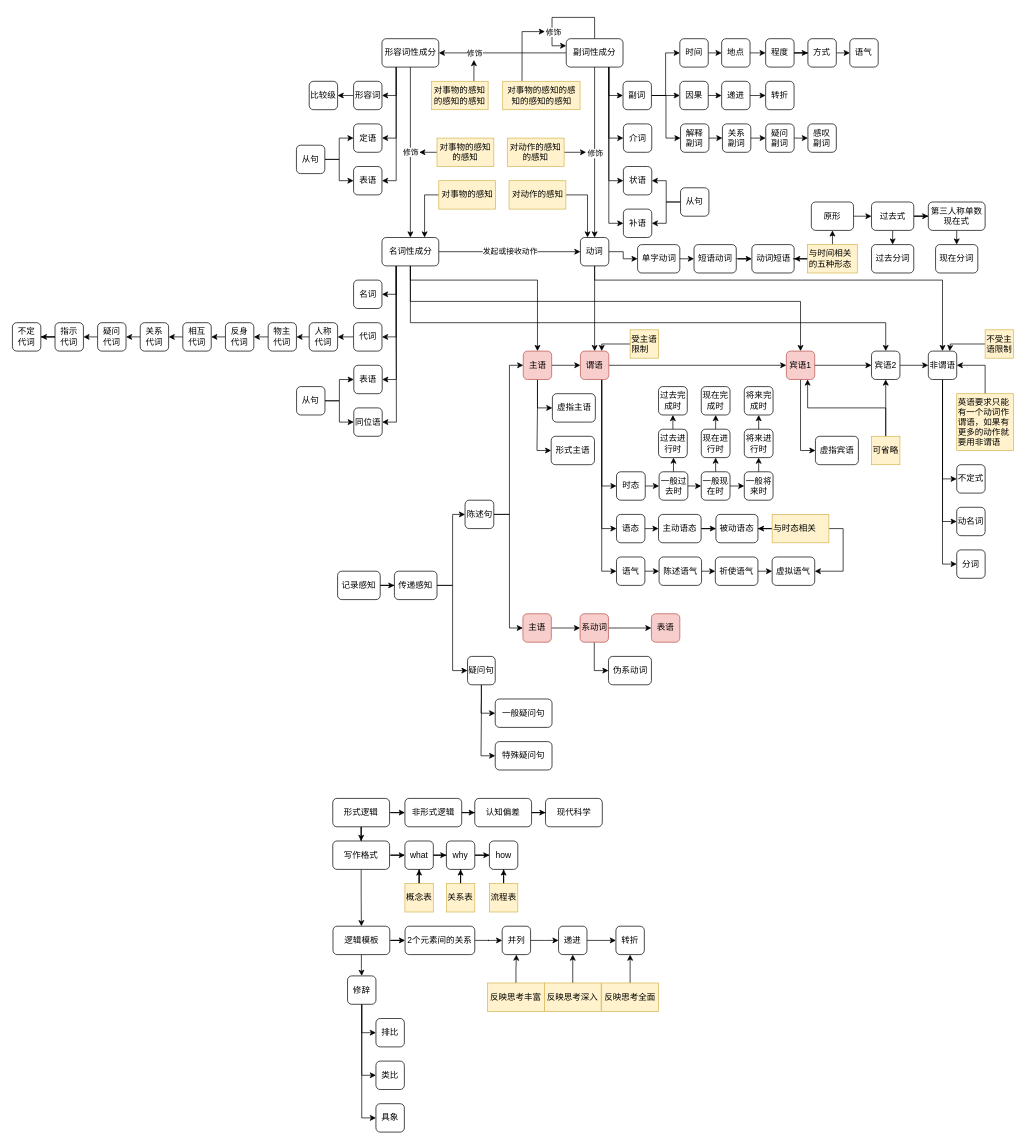
This is 语言文字.drawio from yanhanfrontend/draw.io.workspace, a draw.io file, before an edit. Source tidied: cells renumbered, new cells numbered last; positions are measured from the earlier drawing's top-left corner, leaving out a move shared by most shapes. Both pictures are drawn from the tidied source at 71%, with x=0, y=0 at pixel (12, 17).
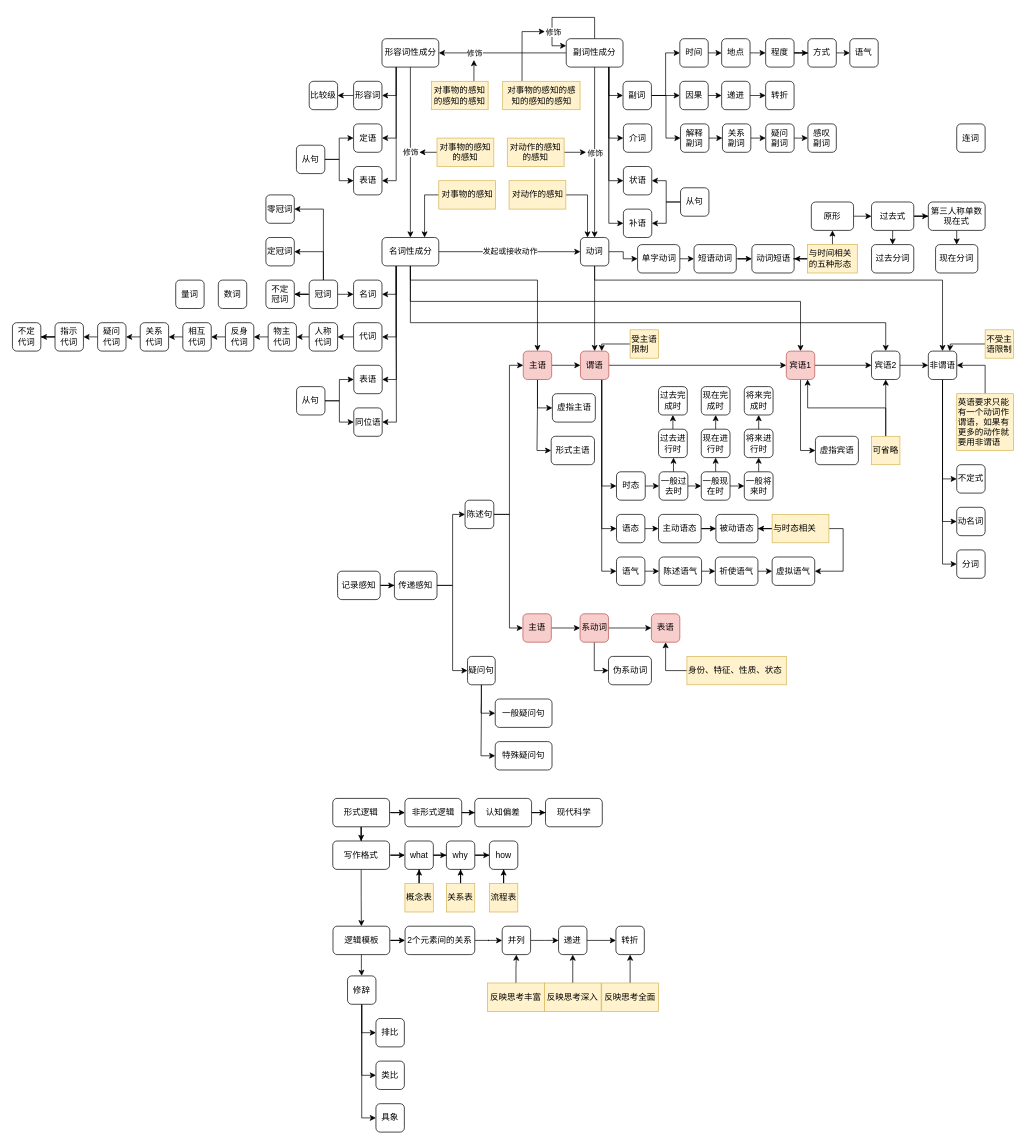
The same page after the edit.

Commit message:
更新语言文字.drawio

Unchanged cells that the change refers to:
```xml
<mxCell id="93" value="名词" style="rounded=1;whiteSpace=wrap;html=1;" parent="1" vertex="1">
  <mxGeometry x="480.5" y="370" width="40" height="40" as="geometry" />
</mxCell>
<mxCell id="153" value="表语" style="rounded=1;whiteSpace=wrap;html=1;fillColor=#f8cecc;strokeColor=#b85450;" parent="1" vertex="1">
  <mxGeometry x="900" y="840" width="40" height="40" as="geometry" />
</mxCell>
```

Diff of the diagram source:
```diff
@@
+    <mxCell id="254" value="连词" style="rounded=1;whiteSpace=wrap;html=1;" parent="1" vertex="1">
+      <mxGeometry x="1330" y="150" width="40" height="40" as="geometry" />
+    </mxCell>
+    <mxCell id="255" style="edgeStyle=orthogonalEdgeStyle;rounded=0;jettySize=auto;html=1;exitX=1;exitY=0.5;exitDx=0;exitDy=0;entryX=0;entryY=0.5;entryDx=0;entryDy=0;" parent="1" edge="1" source="259" target="93">
+      <mxGeometry relative="1" as="geometry" />
+    </mxCell>
+    <mxCell id="256" style="edgeStyle=orthogonalEdgeStyle;rounded=0;jettySize=auto;html=1;exitX=0;exitY=0.5;exitDx=0;exitDy=0;" parent="1" edge="1" source="259" target="260">
+      <mxGeometry relative="1" as="geometry" />
+    </mxCell>
+    <mxCell id="257" style="edgeStyle=orthogonalEdgeStyle;rounded=0;jettySize=auto;html=1;exitX=0.5;exitY=0;exitDx=0;exitDy=0;entryX=1;entryY=0.5;entryDx=0;entryDy=0;" parent="1" edge="1" source="259" target="261">
+      <mxGeometry relative="1" as="geometry" />
+    </mxCell>
+    <mxCell id="258" style="edgeStyle=orthogonalEdgeStyle;rounded=0;jettySize=auto;html=1;exitX=0.5;exitY=0;exitDx=0;exitDy=0;entryX=1;entryY=0.5;entryDx=0;entryDy=0;" parent="1" edge="1" source="259" target="262">
+      <mxGeometry relative="1" as="geometry" />
+    </mxCell>
+    <mxCell id="259" value="冠词" style="rounded=1;whiteSpace=wrap;html=1;" parent="1" vertex="1">
+      <mxGeometry x="418" y="370" width="40" height="40" as="geometry" />
+    </mxCell>
+    <mxCell id="260" value="不定&lt;div&gt;冠词&lt;/div&gt;" style="rounded=1;whiteSpace=wrap;html=1;" parent="1" vertex="1">
+      <mxGeometry x="357" y="370" width="40" height="40" as="geometry" />
+    </mxCell>
+    <mxCell id="261" value="定冠词" style="rounded=1;whiteSpace=wrap;html=1;" parent="1" vertex="1">
+      <mxGeometry x="357" y="310" width="40" height="40" as="geometry" />
+    </mxCell>
+    <mxCell id="262" value="零冠词" style="rounded=1;whiteSpace=wrap;html=1;" parent="1" vertex="1">
+      <mxGeometry x="357" y="250" width="40" height="40" as="geometry" />
+    </mxCell>
+    <mxCell id="263" value="数词" style="rounded=1;whiteSpace=wrap;html=1;" parent="1" vertex="1">
+      <mxGeometry x="290" y="370" width="40" height="40" as="geometry" />
+    </mxCell>
+    <mxCell id="264" value="量词" style="rounded=1;whiteSpace=wrap;html=1;" parent="1" vertex="1">
+      <mxGeometry x="230" y="370" width="40" height="40" as="geometry" />
+    </mxCell>
+    <mxCell id="265" style="edgeStyle=orthogonalEdgeStyle;rounded=0;jettySize=auto;html=1;exitX=0;exitY=0.5;exitDx=0;exitDy=0;entryX=0.5;entryY=1;entryDx=0;entryDy=0;" parent="1" edge="1" source="266" target="153">
+      <mxGeometry relative="1" as="geometry" />
+    </mxCell>
+    <mxCell id="266" value="身份、特征、性质、状态" style="text;html=1;align=left;verticalAlign=middle;whiteSpace=wrap;rounded=0;fillColor=#fff2cc;strokeColor=#d6b656;" parent="1" vertex="1">
+      <mxGeometry x="950" y="900" width="140" height="40" as="geometry" />
+    </mxCell>
```
